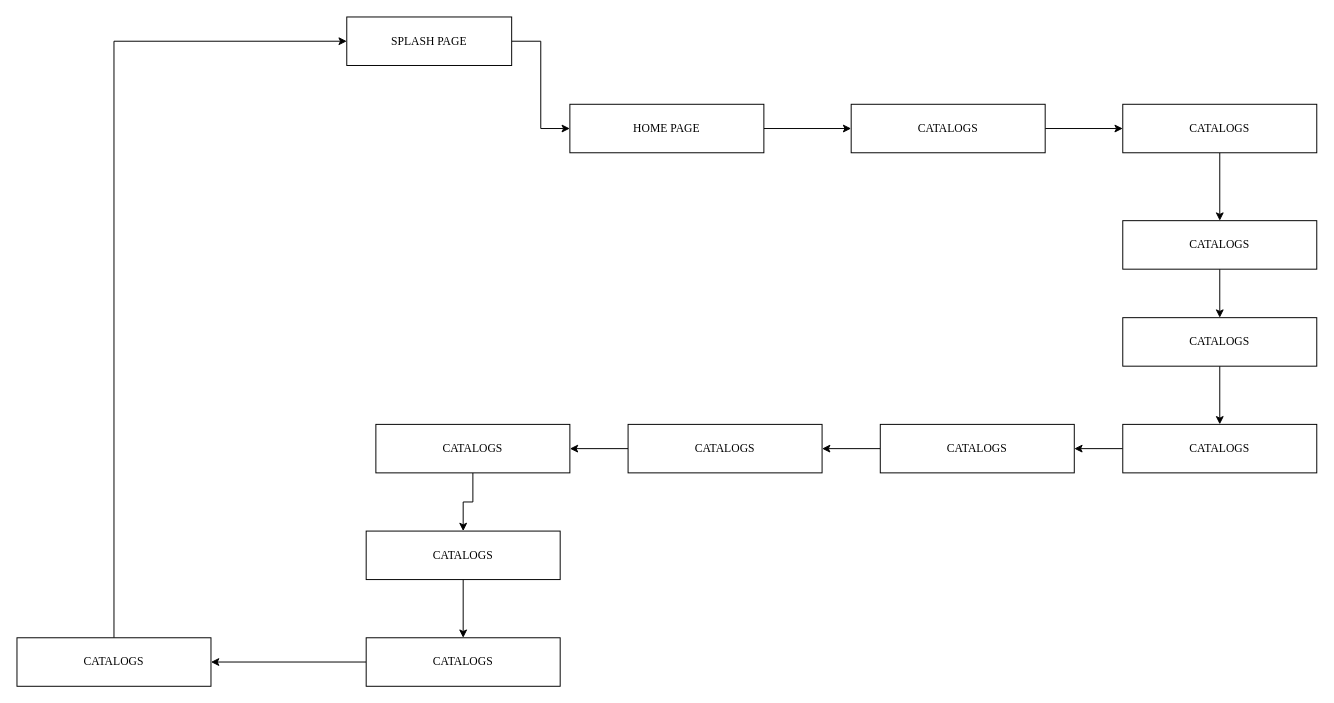
The draw.io diagram Untitled Diagram.drawio in Lawal202/PlantUserflow, before the edit. Source tidied: cells renumbered, new cells numbered last; positions are measured from the earlier drawing's top-left corner, leaving out a move shared by most shapes. Both pictures are drawn from the tidied source at 97%, with x=0, y=0 at pixel (16, 16).
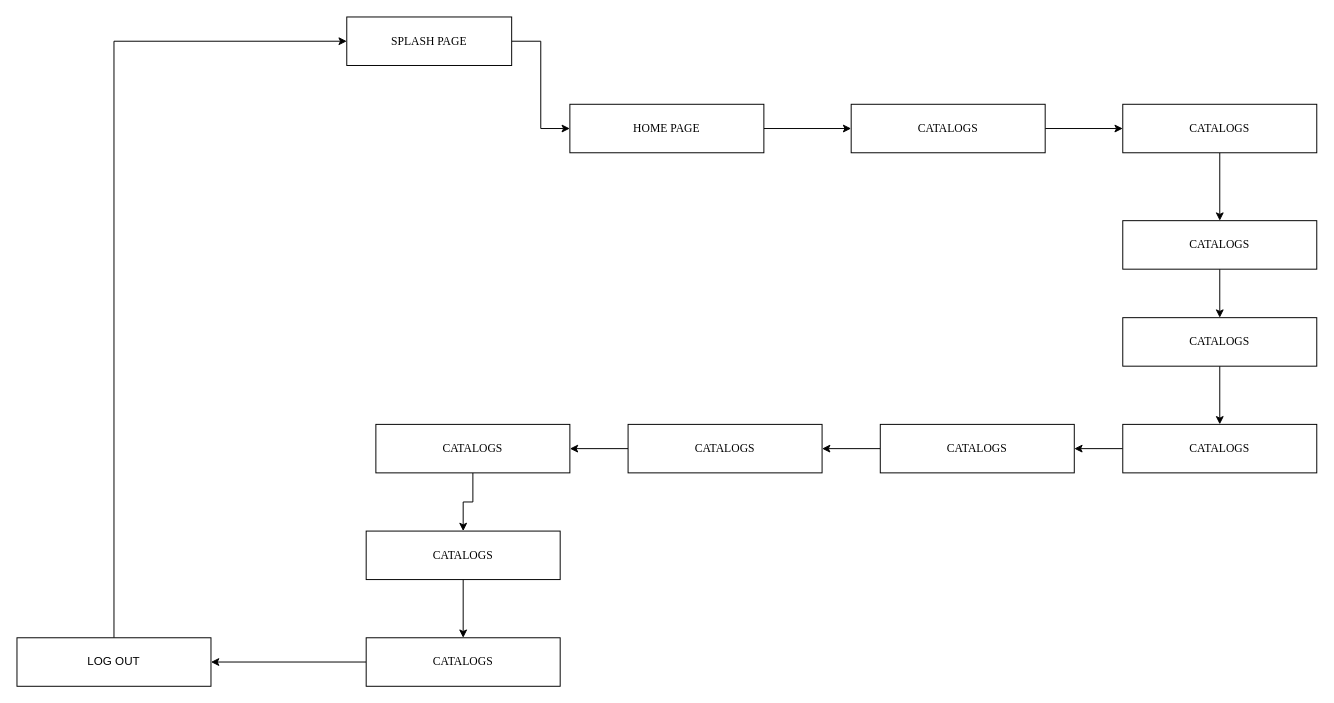
Above is the later version.

The edit, as a diff of the source:
```diff
@@
-    <mxCell id="27" value="&lt;div&gt;&lt;font face=&quot;Times New Roman&quot;&gt;CATALOGS&lt;/font&gt;&lt;/div&gt;" style="rounded=0;whiteSpace=wrap;html=1;" parent="1" vertex="1">
+    <mxCell id="27" value="LOG OUT" style="rounded=0;whiteSpace=wrap;html=1;" parent="1" vertex="1">
       <mxGeometry y="640" width="200" height="50" as="geometry" />
     </mxCell>
```
